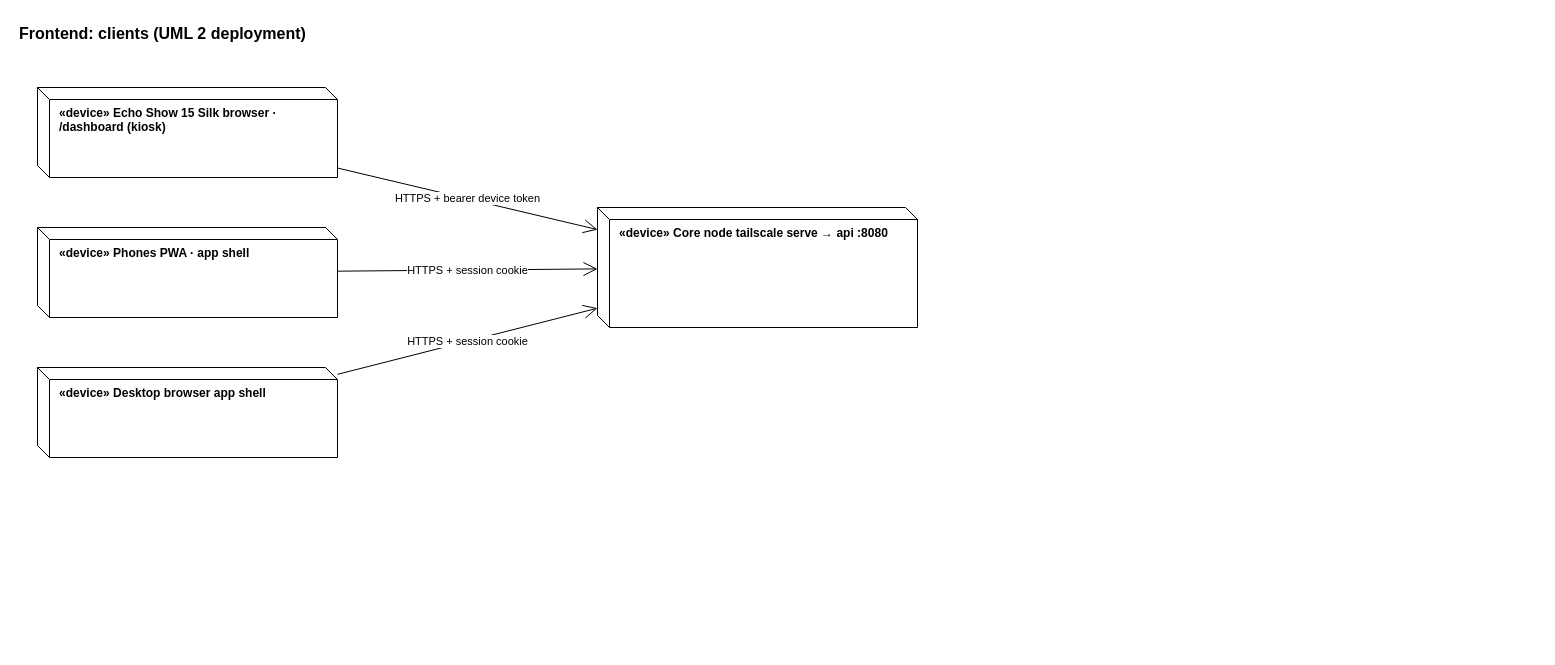
JonGanz/family-assistant keeps this draw.io diagram as page "Clients" (2 of 3) of arch/Frontend.drawio. Above is the earlier version. Source tidied: cells renumbered, new cells numbered last; positions are measured from the earlier drawing's top-left corner, leaving out a move shared by most shapes. Both pictures are drawn from the tidied source at 100%, with x=0, y=0 at pixel (17, 17).
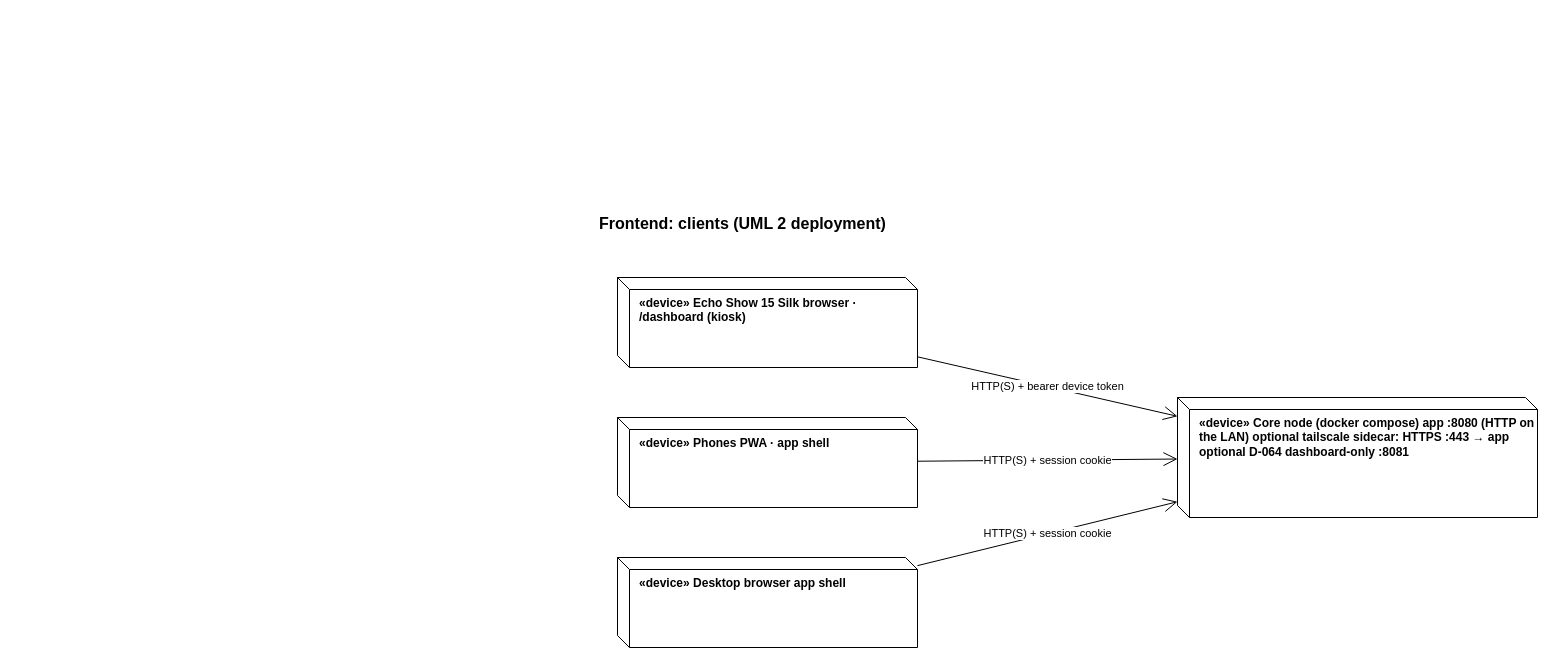
Above is the later version.

What changed in the source:
```diff
@@
 <mxGraphModel>
   <root>
     <mxCell id="0" />
     <mxCell id="1" parent="0" />
-    <mxCell id="2" value="Frontend: clients (UML 2 deployment)" style="text;fontSize=16;fontStyle=1;html=1;" parent="1" vertex="1">
-      <mxGeometry width="700" height="30" as="geometry" />
-    </mxCell>
-    <mxCell id="3" value="«device» Echo Show 15 Silk browser · /dashboard (kiosk)" style="shape=cube;whiteSpace=wrap;html=1;boundedLbl=1;size=12;verticalAlign=top;align=left;spacingLeft=8;fontStyle=1;" parent="1" vertex="1">
-      <mxGeometry x="20" y="70" width="300" height="90" as="geometry" />
-    </mxCell>
-    <mxCell id="4" value="«device» Phones PWA · app shell" style="shape=cube;whiteSpace=wrap;html=1;boundedLbl=1;size=12;verticalAlign=top;align=left;spacingLeft=8;fontStyle=1;" parent="1" vertex="1">
-      <mxGeometry x="20" y="210" width="300" height="90" as="geometry" />
-    </mxCell>
-    <mxCell id="5" value="«device» Desktop browser app shell" style="shape=cube;whiteSpace=wrap;html=1;boundedLbl=1;size=12;verticalAlign=top;align=left;spacingLeft=8;fontStyle=1;" parent="1" vertex="1">
-      <mxGeometry x="20" y="350" width="300" height="90" as="geometry" />
-    </mxCell>
-    <mxCell id="6" value="«device» Core node tailscale serve → api :8080" style="shape=cube;whiteSpace=wrap;html=1;boundedLbl=1;size=12;verticalAlign=top;align=left;spacingLeft=8;fontStyle=1;" parent="1" vertex="1">
-      <mxGeometry x="580" y="190" width="320" height="120" as="geometry" />
+    <mxCell id="6" value="Frontend: clients (UML 2 deployment)" style="text;fontSize=16;fontStyle=1;html=1;" parent="1" vertex="1">
+      <mxGeometry x="580" y="190" width="700" height="30" as="geometry" />
     </mxCell>
-    <mxCell id="7" value="HTTPS + bearer device token" style="endArrow=open;endSize=12;html=1;" parent="1" edge="1" source="3" target="6">
-      <mxGeometry relative="1" as="geometry" />
+    <mxCell id="7" value="«device» Echo Show 15 Silk browser · /dashboard (kiosk)" style="shape=cube;whiteSpace=wrap;html=1;boundedLbl=1;size=12;verticalAlign=top;align=left;spacingLeft=8;fontStyle=1;" parent="1" vertex="1">
+      <mxGeometry x="600" y="260" width="300" height="90" as="geometry" />
     </mxCell>
-    <mxCell id="8" value="HTTPS + session cookie" style="endArrow=open;endSize=12;html=1;" parent="1" edge="1" source="4" target="6">
-      <mxGeometry relative="1" as="geometry" />
+    <mxCell id="8" value="«device» Phones PWA · app shell" style="shape=cube;whiteSpace=wrap;html=1;boundedLbl=1;size=12;verticalAlign=top;align=left;spacingLeft=8;fontStyle=1;" parent="1" vertex="1">
+      <mxGeometry x="600" y="400" width="300" height="90" as="geometry" />
     </mxCell>
-    <mxCell id="9" value="HTTPS + session cookie" style="endArrow=open;endSize=12;html=1;" parent="1" edge="1" source="5" target="6">
-      <mxGeometry relative="1" as="geometry" />
+    <mxCell id="9" value="«device» Desktop browser app shell" style="shape=cube;whiteSpace=wrap;html=1;boundedLbl=1;size=12;verticalAlign=top;align=left;spacingLeft=8;fontStyle=1;" parent="1" vertex="1">
+      <mxGeometry x="600" y="540" width="300" height="90" as="geometry" />
     </mxCell>
+    <mxCell id="10" value="«device» Core node (docker compose) app :8080 (HTTP on the LAN) optional tailscale sidecar: HTTPS :443 → app optional D-064 dashboard-only :8081" style="shape=cube;whiteSpace=wrap;html=1;boundedLbl=1;size=12;verticalAlign=top;align=left;spacingLeft=8;fontStyle=1;" parent="1" vertex="1">
+      <mxGeometry x="1160" y="380" width="360" height="120" as="geometry" />
+    </mxCell>
+    <mxCell id="11" value="HTTP(S) + bearer device token" style="endArrow=open;endSize=12;html=1;" parent="1" edge="1" source="7" target="10">
+      <mxGeometry relative="1" as="geometry" />
+    </mxCell>
+    <mxCell id="12" value="HTTP(S) + session cookie" style="endArrow=open;endSize=12;html=1;" parent="1" edge="1" source="8" target="10">
+      <mxGeometry relative="1" as="geometry" />
+    </mxCell>
+    <mxCell id="13" value="HTTP(S) + session cookie" style="endArrow=open;endSize=12;html=1;" parent="1" edge="1" source="9" target="10">
+      <mxGeometry relative="1" as="geometry" />
+    </mxCell>
   </root>
 </mxGraphModel>
```
